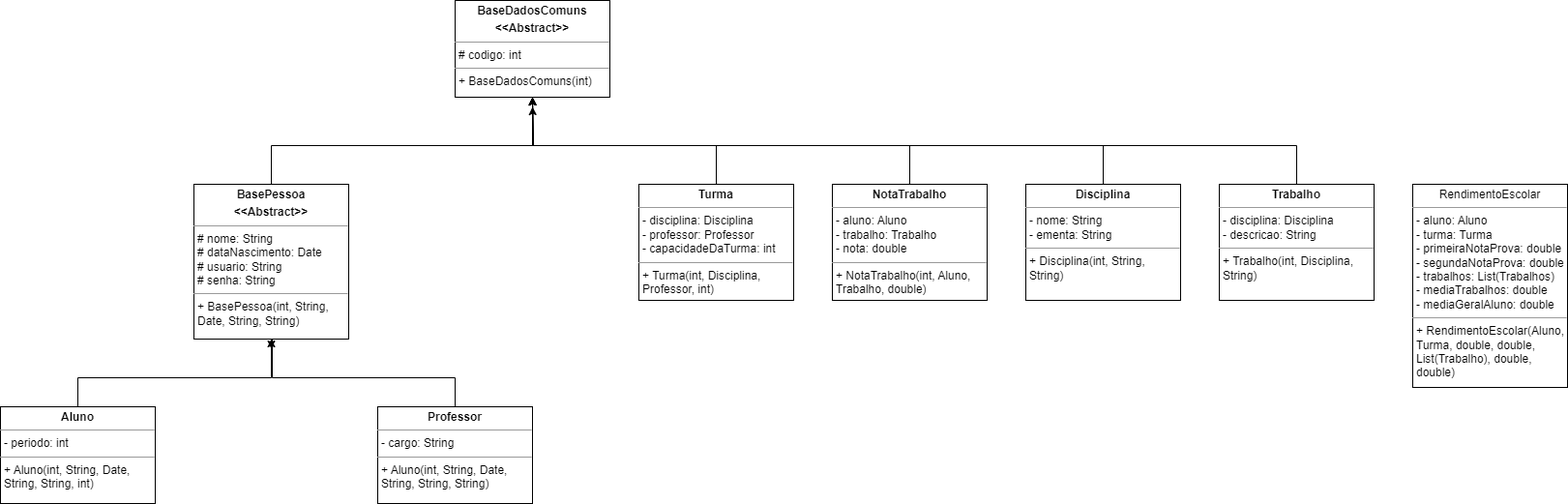
Before: A2.png, a diagram exported from draw.io (GuilhermeVgl/Atividade05-POO). Source tidied: cells renumbered, new cells last; positions are measured from the earlier drawing's top-left corner, leaving out a move shared by most shapes. The source it was exported from:
```xml
<mxGraphModel>
  <root>
    <mxCell id="0" />
    <mxCell id="1" parent="0" />
    <mxCell id="2" value="&lt;p style=&quot;margin:0px;margin-top:4px;text-align:center;&quot;&gt;&lt;b&gt;BaseDadosComuns&lt;/b&gt;&lt;/p&gt;&lt;p style=&quot;margin:0px;margin-top:4px;text-align:center;&quot;&gt;&lt;b&gt;&amp;lt;&amp;lt;Abstract&amp;gt;&amp;gt;&lt;/b&gt;&lt;/p&gt;&lt;hr size=&quot;1&quot;&gt;&lt;p style=&quot;margin:0px;margin-left:4px;&quot;&gt;# codigo: int&lt;/p&gt;&lt;hr size=&quot;1&quot;&gt;&lt;p style=&quot;margin:0px;margin-left:4px;&quot;&gt;+ BaseDadosComuns(int)&lt;/p&gt;" style="verticalAlign=top;align=left;overflow=fill;fontSize=12;fontFamily=Helvetica;html=1;whiteSpace=wrap;" parent="1" vertex="1">
      <mxGeometry x="470" width="160" height="100" as="geometry" />
    </mxCell>
    <mxCell id="3" style="edgeStyle=orthogonalEdgeStyle;rounded=0;jettySize=auto;html=1;entryX=0.5;entryY=1;entryDx=0;entryDy=0;" parent="1" edge="1" source="4" target="2">
      <mxGeometry relative="1" as="geometry">
        <Array as="points">
          <mxPoint x="280" y="150" />
          <mxPoint x="550" y="150" />
        </Array>
      </mxGeometry>
    </mxCell>
    <mxCell id="4" value="&lt;p style=&quot;margin:0px;margin-top:4px;text-align:center;&quot;&gt;&lt;b&gt;BasePessoa&lt;/b&gt;&lt;/p&gt;&lt;p style=&quot;margin:0px;margin-top:4px;text-align:center;&quot;&gt;&lt;b&gt;&amp;lt;&amp;lt;Abstract&amp;gt;&amp;gt;&lt;/b&gt;&lt;/p&gt;&lt;hr size=&quot;1&quot;&gt;&lt;p style=&quot;margin:0px;margin-left:4px;&quot;&gt;# nome: String&lt;/p&gt;&lt;p style=&quot;margin:0px;margin-left:4px;&quot;&gt;# dataNascimento: Date&lt;/p&gt;&lt;p style=&quot;margin:0px;margin-left:4px;&quot;&gt;# usuario: String&lt;/p&gt;&lt;p style=&quot;margin:0px;margin-left:4px;&quot;&gt;# senha: String&lt;/p&gt;&lt;hr size=&quot;1&quot;&gt;&lt;p style=&quot;margin:0px;margin-left:4px;&quot;&gt;+ BasePessoa(int, String, Date, String, String)&lt;/p&gt;" style="verticalAlign=top;align=left;overflow=fill;fontSize=12;fontFamily=Helvetica;html=1;whiteSpace=wrap;" parent="1" vertex="1">
      <mxGeometry x="200" y="190" width="160" height="160" as="geometry" />
    </mxCell>
    <mxCell id="5" style="edgeStyle=orthogonalEdgeStyle;rounded=0;jettySize=auto;html=1;" parent="1" edge="1" source="6" target="4">
      <mxGeometry relative="1" as="geometry">
        <Array as="points">
          <mxPoint x="80" y="390" />
          <mxPoint x="280" y="390" />
        </Array>
      </mxGeometry>
    </mxCell>
    <mxCell id="6" value="&lt;p style=&quot;margin:0px;margin-top:4px;text-align:center;&quot;&gt;&lt;b&gt;Aluno&lt;/b&gt;&lt;/p&gt;&lt;hr size=&quot;1&quot;&gt;&lt;p style=&quot;margin:0px;margin-left:4px;&quot;&gt;- periodo: int&lt;/p&gt;&lt;hr size=&quot;1&quot;&gt;&lt;p style=&quot;margin:0px;margin-left:4px;&quot;&gt;+ Aluno(int, String, Date, String, String, int)&lt;/p&gt;" style="verticalAlign=top;align=left;overflow=fill;fontSize=12;fontFamily=Helvetica;html=1;whiteSpace=wrap;" parent="1" vertex="1">
      <mxGeometry y="420" width="160" height="100" as="geometry" />
    </mxCell>
    <mxCell id="7" style="edgeStyle=orthogonalEdgeStyle;rounded=0;jettySize=auto;html=1;" parent="1" edge="1" source="8">
      <mxGeometry relative="1" as="geometry">
        <mxPoint x="280" y="360" as="targetPoint" />
        <Array as="points">
          <mxPoint x="470" y="390" />
          <mxPoint x="281" y="390" />
          <mxPoint x="281" y="350" />
        </Array>
      </mxGeometry>
    </mxCell>
    <mxCell id="8" value="&lt;p style=&quot;margin:0px;margin-top:4px;text-align:center;&quot;&gt;&lt;b&gt;Professor&lt;/b&gt;&lt;/p&gt;&lt;hr size=&quot;1&quot;&gt;&lt;p style=&quot;margin:0px;margin-left:4px;&quot;&gt;- cargo: String&lt;/p&gt;&lt;hr size=&quot;1&quot;&gt;&lt;p style=&quot;margin:0px;margin-left:4px;&quot;&gt;+ Aluno(int, String, Date, String, String, String)&lt;/p&gt;" style="verticalAlign=top;align=left;overflow=fill;fontSize=12;fontFamily=Helvetica;html=1;whiteSpace=wrap;" parent="1" vertex="1">
      <mxGeometry x="390" y="420" width="160" height="100" as="geometry" />
    </mxCell>
    <mxCell id="9" style="edgeStyle=orthogonalEdgeStyle;rounded=0;jettySize=auto;html=1;entryX=0.5;entryY=1;entryDx=0;entryDy=0;" parent="1" edge="1" source="10" target="2">
      <mxGeometry relative="1" as="geometry">
        <Array as="points">
          <mxPoint x="740" y="150" />
          <mxPoint x="550" y="150" />
        </Array>
      </mxGeometry>
    </mxCell>
    <mxCell id="10" value="&lt;p style=&quot;margin:0px;margin-top:4px;text-align:center;&quot;&gt;&lt;b&gt;Turma&lt;/b&gt;&lt;/p&gt;&lt;hr size=&quot;1&quot;&gt;&lt;p style=&quot;margin:0px;margin-left:4px;&quot;&gt;- disciplina: Disciplina&lt;/p&gt;&lt;p style=&quot;margin:0px;margin-left:4px;&quot;&gt;- professor: Professor&lt;/p&gt;&lt;p style=&quot;margin:0px;margin-left:4px;&quot;&gt;- capacidadeDaTurma: int&lt;/p&gt;&lt;hr size=&quot;1&quot;&gt;&lt;p style=&quot;margin:0px;margin-left:4px;&quot;&gt;+ Turma(int, Disciplina, Professor, int)&lt;/p&gt;" style="verticalAlign=top;align=left;overflow=fill;fontSize=12;fontFamily=Helvetica;html=1;whiteSpace=wrap;" parent="1" vertex="1">
      <mxGeometry x="660" y="190" width="160" height="120" as="geometry" />
    </mxCell>
    <mxCell id="11" style="edgeStyle=orthogonalEdgeStyle;rounded=0;jettySize=auto;html=1;" parent="1" edge="1" source="12">
      <mxGeometry relative="1" as="geometry">
        <mxPoint x="550" y="100" as="targetPoint" />
        <Array as="points">
          <mxPoint x="940" y="150" />
          <mxPoint x="551" y="150" />
          <mxPoint x="551" y="100" />
        </Array>
      </mxGeometry>
    </mxCell>
    <mxCell id="12" value="&lt;p style=&quot;margin:0px;margin-top:4px;text-align:center;&quot;&gt;&lt;b&gt;NotaTrabalho&lt;/b&gt;&lt;/p&gt;&lt;hr size=&quot;1&quot;&gt;&lt;p style=&quot;margin:0px;margin-left:4px;&quot;&gt;- aluno: Aluno&lt;/p&gt;&lt;p style=&quot;margin:0px;margin-left:4px;&quot;&gt;- trabalho: Trabalho&lt;/p&gt;&lt;p style=&quot;margin:0px;margin-left:4px;&quot;&gt;- nota: double&lt;/p&gt;&lt;hr size=&quot;1&quot;&gt;&lt;p style=&quot;margin:0px;margin-left:4px;&quot;&gt;+ NotaTrabalho(int, Aluno, Trabalho, double)&lt;/p&gt;" style="verticalAlign=top;align=left;overflow=fill;fontSize=12;fontFamily=Helvetica;html=1;whiteSpace=wrap;" parent="1" vertex="1">
      <mxGeometry x="860" y="190" width="160" height="120" as="geometry" />
    </mxCell>
    <mxCell id="13" style="edgeStyle=orthogonalEdgeStyle;rounded=0;jettySize=auto;html=1;" parent="1" edge="1" source="14">
      <mxGeometry relative="1" as="geometry">
        <mxPoint x="550" y="110" as="targetPoint" />
        <Array as="points">
          <mxPoint x="1140" y="150" />
          <mxPoint x="551" y="150" />
          <mxPoint x="551" y="110" />
        </Array>
      </mxGeometry>
    </mxCell>
    <mxCell id="14" value="&lt;p style=&quot;margin:0px;margin-top:4px;text-align:center;&quot;&gt;&lt;b&gt;Disciplina&lt;/b&gt;&lt;/p&gt;&lt;hr size=&quot;1&quot;&gt;&lt;p style=&quot;margin:0px;margin-left:4px;&quot;&gt;- nome: String&lt;/p&gt;&lt;p style=&quot;margin:0px;margin-left:4px;&quot;&gt;- ementa: String&lt;/p&gt;&lt;hr size=&quot;1&quot;&gt;&lt;p style=&quot;margin:0px;margin-left:4px;&quot;&gt;+ Disciplina(int, String, String)&lt;/p&gt;" style="verticalAlign=top;align=left;overflow=fill;fontSize=12;fontFamily=Helvetica;html=1;whiteSpace=wrap;" parent="1" vertex="1">
      <mxGeometry x="1060" y="190" width="160" height="120" as="geometry" />
    </mxCell>
    <mxCell id="15" style="edgeStyle=orthogonalEdgeStyle;rounded=0;jettySize=auto;html=1;" parent="1" edge="1" source="16">
      <mxGeometry relative="1" as="geometry">
        <mxPoint x="550" y="100" as="targetPoint" />
        <Array as="points">
          <mxPoint x="1340" y="150" />
          <mxPoint x="551" y="150" />
          <mxPoint x="551" y="100" />
        </Array>
      </mxGeometry>
    </mxCell>
    <mxCell id="16" value="&lt;p style=&quot;margin:0px;margin-top:4px;text-align:center;&quot;&gt;&lt;b&gt;Trabalho&lt;/b&gt;&lt;/p&gt;&lt;hr size=&quot;1&quot;&gt;&lt;p style=&quot;margin:0px;margin-left:4px;&quot;&gt;- disciplina: Disciplina&lt;/p&gt;&lt;p style=&quot;margin:0px;margin-left:4px;&quot;&gt;- descricao: String&lt;/p&gt;&lt;hr size=&quot;1&quot;&gt;&lt;p style=&quot;margin:0px;margin-left:4px;&quot;&gt;+ Trabalho(int, Disciplina, String)&lt;/p&gt;" style="verticalAlign=top;align=left;overflow=fill;fontSize=12;fontFamily=Helvetica;html=1;whiteSpace=wrap;" parent="1" vertex="1">
      <mxGeometry x="1260" y="190" width="160" height="120" as="geometry" />
    </mxCell>
    <mxCell id="17" value="&lt;p style=&quot;margin:0px;margin-top:4px;text-align:center;&quot;&gt;RendimentoEscolar&lt;br&gt;&lt;/p&gt;&lt;hr size=&quot;1&quot;&gt;&lt;p style=&quot;margin:0px;margin-left:4px;&quot;&gt;- aluno: Aluno&lt;/p&gt;&lt;p style=&quot;margin:0px;margin-left:4px;&quot;&gt;- turma: Turma&lt;/p&gt;&lt;p style=&quot;margin:0px;margin-left:4px;&quot;&gt;- primeiraNotaProva: double&lt;/p&gt;&lt;p style=&quot;margin:0px;margin-left:4px;&quot;&gt;- segundaNotaProva: double&lt;/p&gt;&lt;p style=&quot;margin:0px;margin-left:4px;&quot;&gt;- trabalhos: List(Trabalhos)&lt;/p&gt;&lt;p style=&quot;margin:0px;margin-left:4px;&quot;&gt;- mediaTrabalhos: double&lt;/p&gt;&lt;p style=&quot;margin:0px;margin-left:4px;&quot;&gt;- mediaGeralAluno: double&lt;/p&gt;&lt;hr size=&quot;1&quot;&gt;&lt;p style=&quot;margin:0px;margin-left:4px;&quot;&gt;+ RendimentoEscolar(Aluno, Turma, double, double, List(Trabalho), double, double)&lt;/p&gt;" style="verticalAlign=top;align=left;overflow=fill;fontSize=12;fontFamily=Helvetica;html=1;whiteSpace=wrap;" parent="1" vertex="1">
      <mxGeometry x="1460" y="190" width="160" height="210" as="geometry" />
    </mxCell>
  </root>
</mxGraphModel>
```
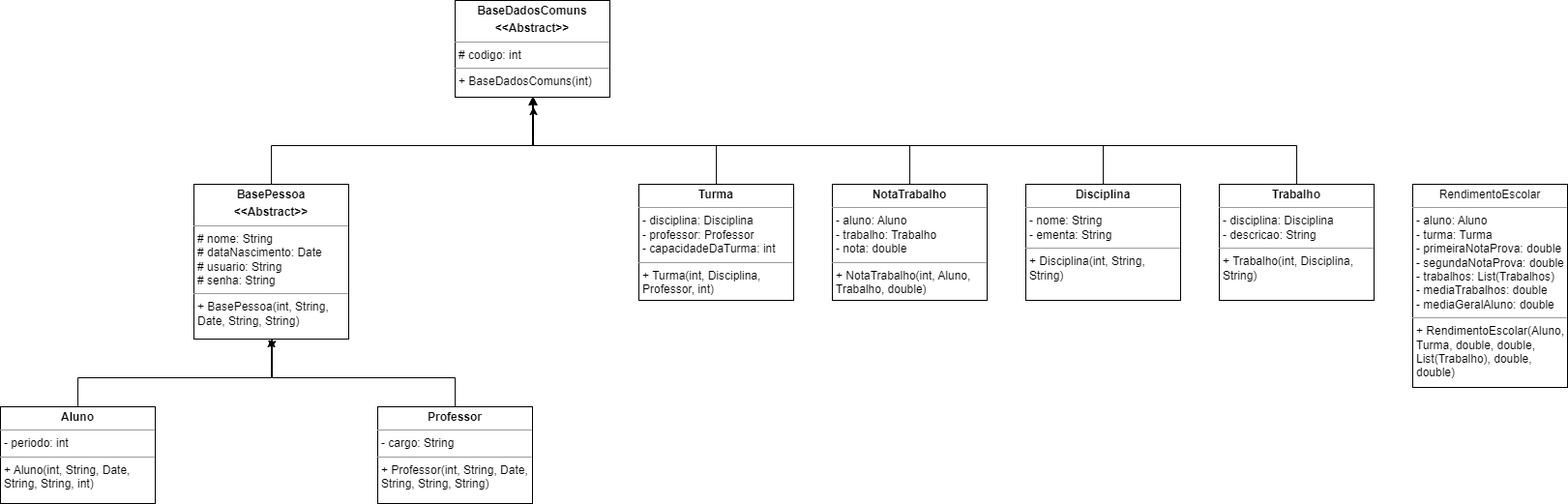
After the commit.

What changed in the source:
```diff
@@ -37,7 +37,7 @@
         </Array>
       </mxGeometry>
     </mxCell>
-    <mxCell id="8" value="&lt;p style=&quot;margin:0px;margin-top:4px;text-align:center;&quot;&gt;&lt;b&gt;Professor&lt;/b&gt;&lt;/p&gt;&lt;hr size=&quot;1&quot;&gt;&lt;p style=&quot;margin:0px;margin-left:4px;&quot;&gt;- cargo: String&lt;/p&gt;&lt;hr size=&quot;1&quot;&gt;&lt;p style=&quot;margin:0px;margin-left:4px;&quot;&gt;+ Aluno(int, String, Date, String, String, String)&lt;/p&gt;" style="verticalAlign=top;align=left;overflow=fill;fontSize=12;fontFamily=Helvetica;html=1;whiteSpace=wrap;" parent="1" vertex="1">
+    <mxCell id="8" value="&lt;p style=&quot;margin:0px;margin-top:4px;text-align:center;&quot;&gt;&lt;b&gt;Professor&lt;/b&gt;&lt;/p&gt;&lt;hr size=&quot;1&quot;&gt;&lt;p style=&quot;margin:0px;margin-left:4px;&quot;&gt;- cargo: String&lt;/p&gt;&lt;hr size=&quot;1&quot;&gt;&lt;p style=&quot;margin:0px;margin-left:4px;&quot;&gt;+ Professor(int, String, Date, String, String, String)&lt;/p&gt;" style="verticalAlign=top;align=left;overflow=fill;fontSize=12;fontFamily=Helvetica;html=1;whiteSpace=wrap;" parent="1" vertex="1">
       <mxGeometry x="390" y="420" width="160" height="100" as="geometry" />
     </mxCell>
     <mxCell id="9" style="edgeStyle=orthogonalEdgeStyle;rounded=0;jettySize=auto;html=1;entryX=0.5;entryY=1;entryDx=0;entryDy=0;" parent="1" edge="1" source="10" target="2">
```
